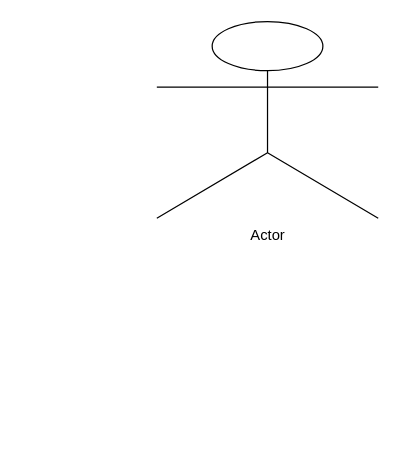
Earlier version of the draw.io diagram Untitled Diagram.drawio (University-Hub/Entity-Relationship-Model). Source tidied: cells renumbered, new cells numbered last; positions are measured from the earlier drawing's top-left corner, leaving out a move shared by most shapes. Both pictures are drawn from the tidied source at 123%, with x=0, y=0 at pixel (156, 21).
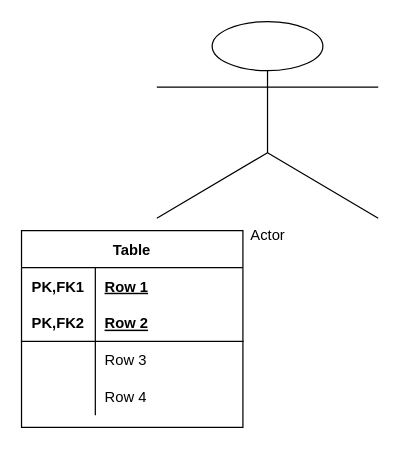
After the change.

Commit message:
Entity-Realtion Diagram

What changed in the source:
```diff
@@
 <mxGraphModel>
   <root>
     <mxCell id="0" />
     <mxCell id="1" parent="0" />
+    <mxCell id="3" value="Table" style="shape=table;startSize=30;childLayout=tableLayout;rowLines=0;fontStyle=1;align=center;" parent="1" vertex="1">
+      <mxGeometry x="-110" y="170" width="180" height="160" as="geometry" />
+    </mxCell>
+    <mxCell id="4" style="shape=partialRectangle;fillColor=none;top=0;left=0;bottom=0;right=0;" parent="3" vertex="1">
+      <mxGeometry y="30" width="180" height="30" as="geometry" />
+    </mxCell>
+    <mxCell id="5" value="PK,FK1" style="shape=partialRectangle;fillColor=none;top=0;left=0;bottom=0;right=0;fontStyle=1;overflow=hidden;" parent="4" vertex="1">
+      <mxGeometry width="60" height="30" as="geometry" />
+    </mxCell>
+    <mxCell id="6" value="Row 1" style="shape=partialRectangle;fillColor=none;top=0;left=0;bottom=0;right=0;align=left;spacingLeft=6;fontStyle=5;overflow=hidden;" parent="4" vertex="1">
+      <mxGeometry x="60" width="120" height="30" as="geometry" />
+    </mxCell>
+    <mxCell id="7" style="shape=partialRectangle;fillColor=none;top=0;left=0;bottom=1;right=0;" parent="3" vertex="1">
+      <mxGeometry y="60" width="180" height="30" as="geometry" />
+    </mxCell>
+    <mxCell id="8" value="PK,FK2" style="shape=partialRectangle;fillColor=none;top=0;left=0;bottom=0;right=0;fontStyle=1;overflow=hidden;" parent="7" vertex="1">
+      <mxGeometry width="60" height="30" as="geometry" />
+    </mxCell>
+    <mxCell id="9" value="Row 2" style="shape=partialRectangle;fillColor=none;top=0;left=0;bottom=0;right=0;align=left;spacingLeft=6;fontStyle=5;overflow=hidden;" parent="7" vertex="1">
+      <mxGeometry x="60" width="120" height="30" as="geometry" />
+    </mxCell>
+    <mxCell id="10" style="shape=partialRectangle;fillColor=none;top=0;left=0;bottom=0;right=0;" parent="3" vertex="1">
+      <mxGeometry y="90" width="180" height="30" as="geometry" />
+    </mxCell>
+    <mxCell id="11" style="shape=partialRectangle;fillColor=none;top=0;left=0;bottom=0;right=0;overflow=hidden;" parent="10" vertex="1">
+      <mxGeometry width="60" height="30" as="geometry" />
+    </mxCell>
+    <mxCell id="12" value="Row 3" style="shape=partialRectangle;fillColor=none;top=0;left=0;bottom=0;right=0;align=left;spacingLeft=6;overflow=hidden;" parent="10" vertex="1">
+      <mxGeometry x="60" width="120" height="30" as="geometry" />
+    </mxCell>
+    <mxCell id="13" style="shape=partialRectangle;fillColor=none;top=0;left=0;bottom=0;right=0;" parent="3" vertex="1">
+      <mxGeometry y="120" width="180" height="30" as="geometry" />
+    </mxCell>
+    <mxCell id="14" style="shape=partialRectangle;fillColor=none;top=0;left=0;bottom=0;right=0;overflow=hidden;" parent="13" vertex="1">
+      <mxGeometry width="60" height="30" as="geometry" />
+    </mxCell>
+    <mxCell id="15" value="Row 4" style="shape=partialRectangle;fillColor=none;top=0;left=0;bottom=0;right=0;align=left;spacingLeft=6;overflow=hidden;" parent="13" vertex="1">
+      <mxGeometry x="60" width="120" height="30" as="geometry" />
+    </mxCell>
     <mxCell id="2" value="Actor" style="shape=umlActor;verticalLabelPosition=bottom;verticalAlign=top;html=1;" parent="1" vertex="1">
       <mxGeometry width="180" height="160" as="geometry" />
     </mxCell>
   </root>
 </mxGraphModel>
```
